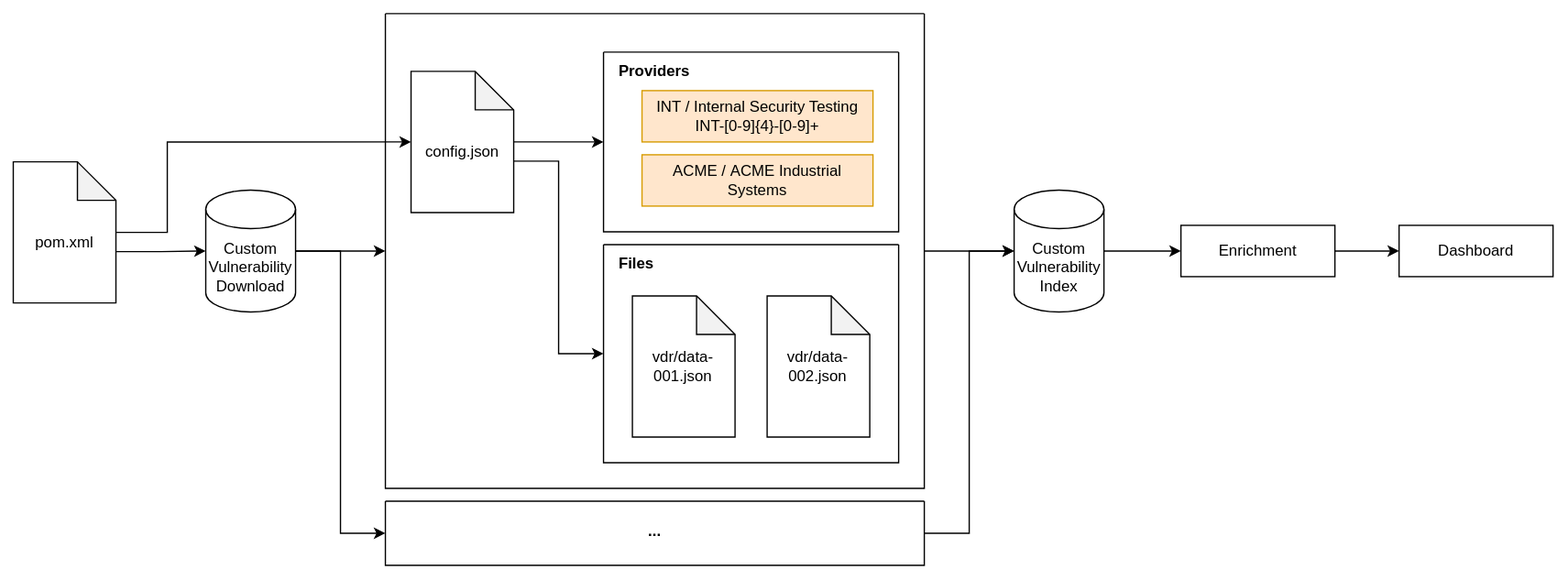
Before: metaeffekt-vulnerability-management/data-mirror/data-sources/custom-vuln/process-overview.svg, a diagram exported from draw.io (org-metaeffekt/metaeffekt-documentation). Source tidied: cells renumbered, new cells last; positions are measured from the earlier drawing's top-left corner, leaving out a move shared by most shapes.
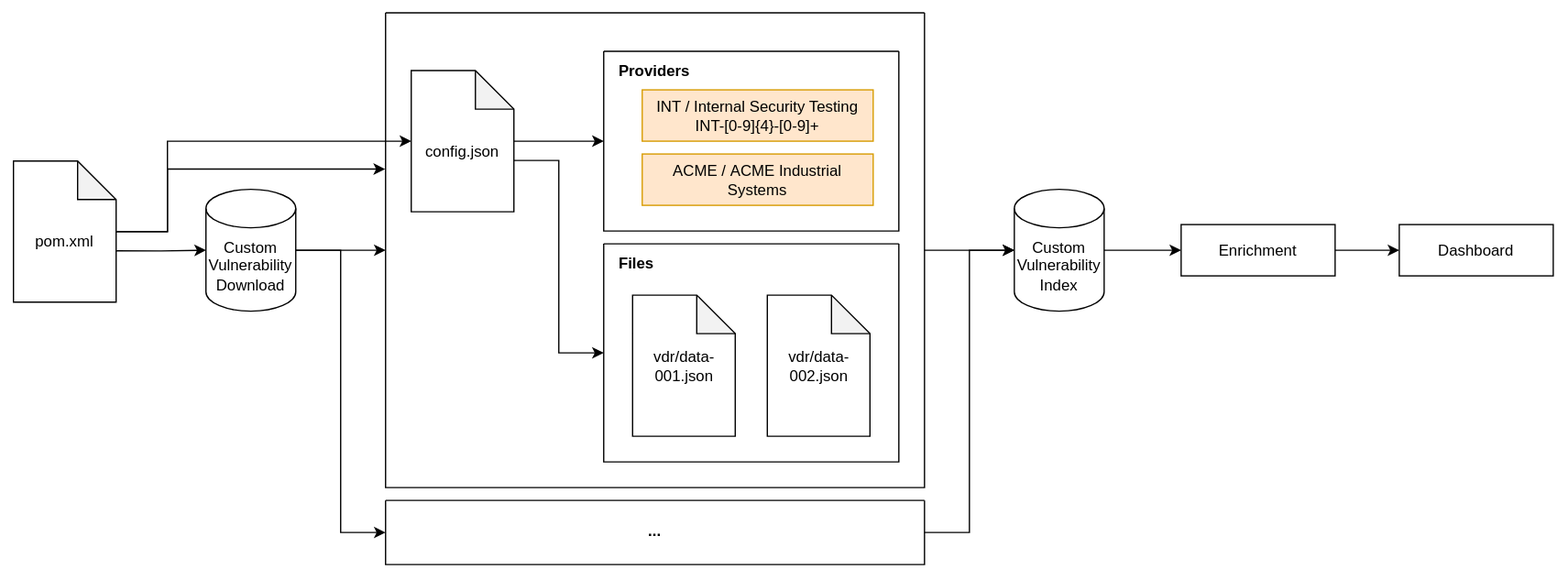
After the commit.

Commit message:
AE-2473: Update custom vulnerabilities documentation

Diff of the diagram source:
```diff
@@ -88,5 +88,13 @@
     <mxCell id="28" style="edgeStyle=orthogonalEdgeStyle;rounded=0;jettySize=auto;html=1;entryX=0;entryY=0.5;entryDx=0;entryDy=0;entryPerimeter=0;" parent="1" edge="1" source="22" target="15">
       <mxGeometry relative="1" as="geometry" />
     </mxCell>
+    <mxCell id="29" style="edgeStyle=orthogonalEdgeStyle;rounded=0;jettySize=auto;html=1;entryX=-0.001;entryY=0.329;entryDx=0;entryDy=0;entryPerimeter=0;" parent="1" edge="1" source="24" target="2">
+      <mxGeometry relative="1" as="geometry">
+        <Array as="points">
+          <mxPoint x="120" y="170.5" />
+          <mxPoint x="120" y="121.7" />
+        </Array>
+      </mxGeometry>
+    </mxCell>
   </root>
 </mxGraphModel>
```
